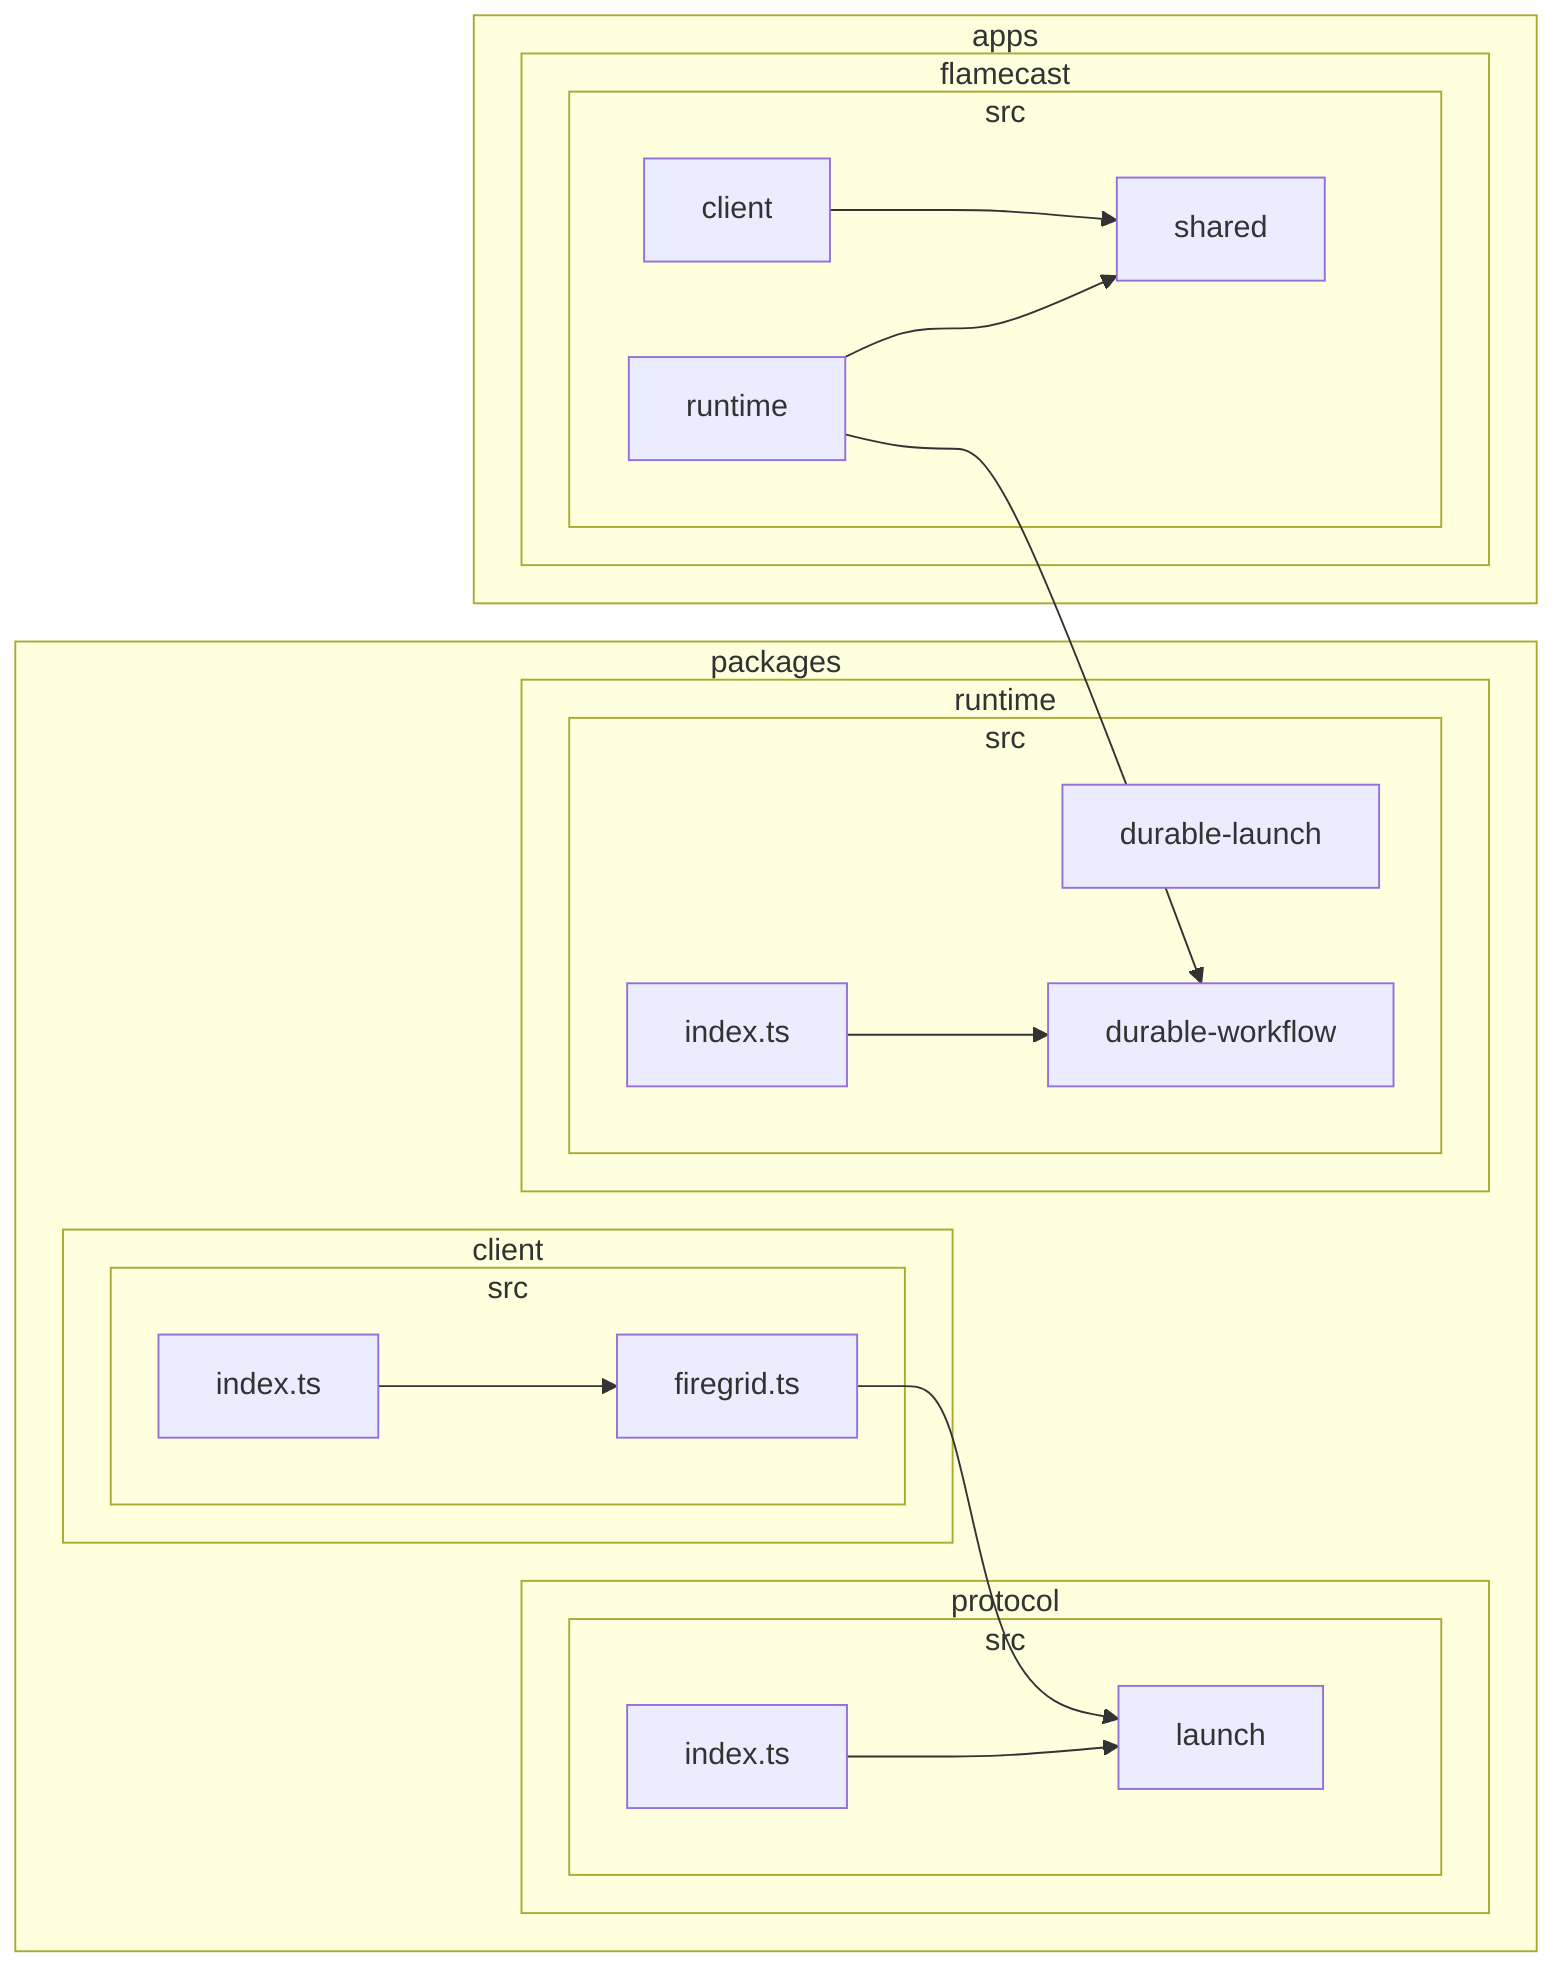
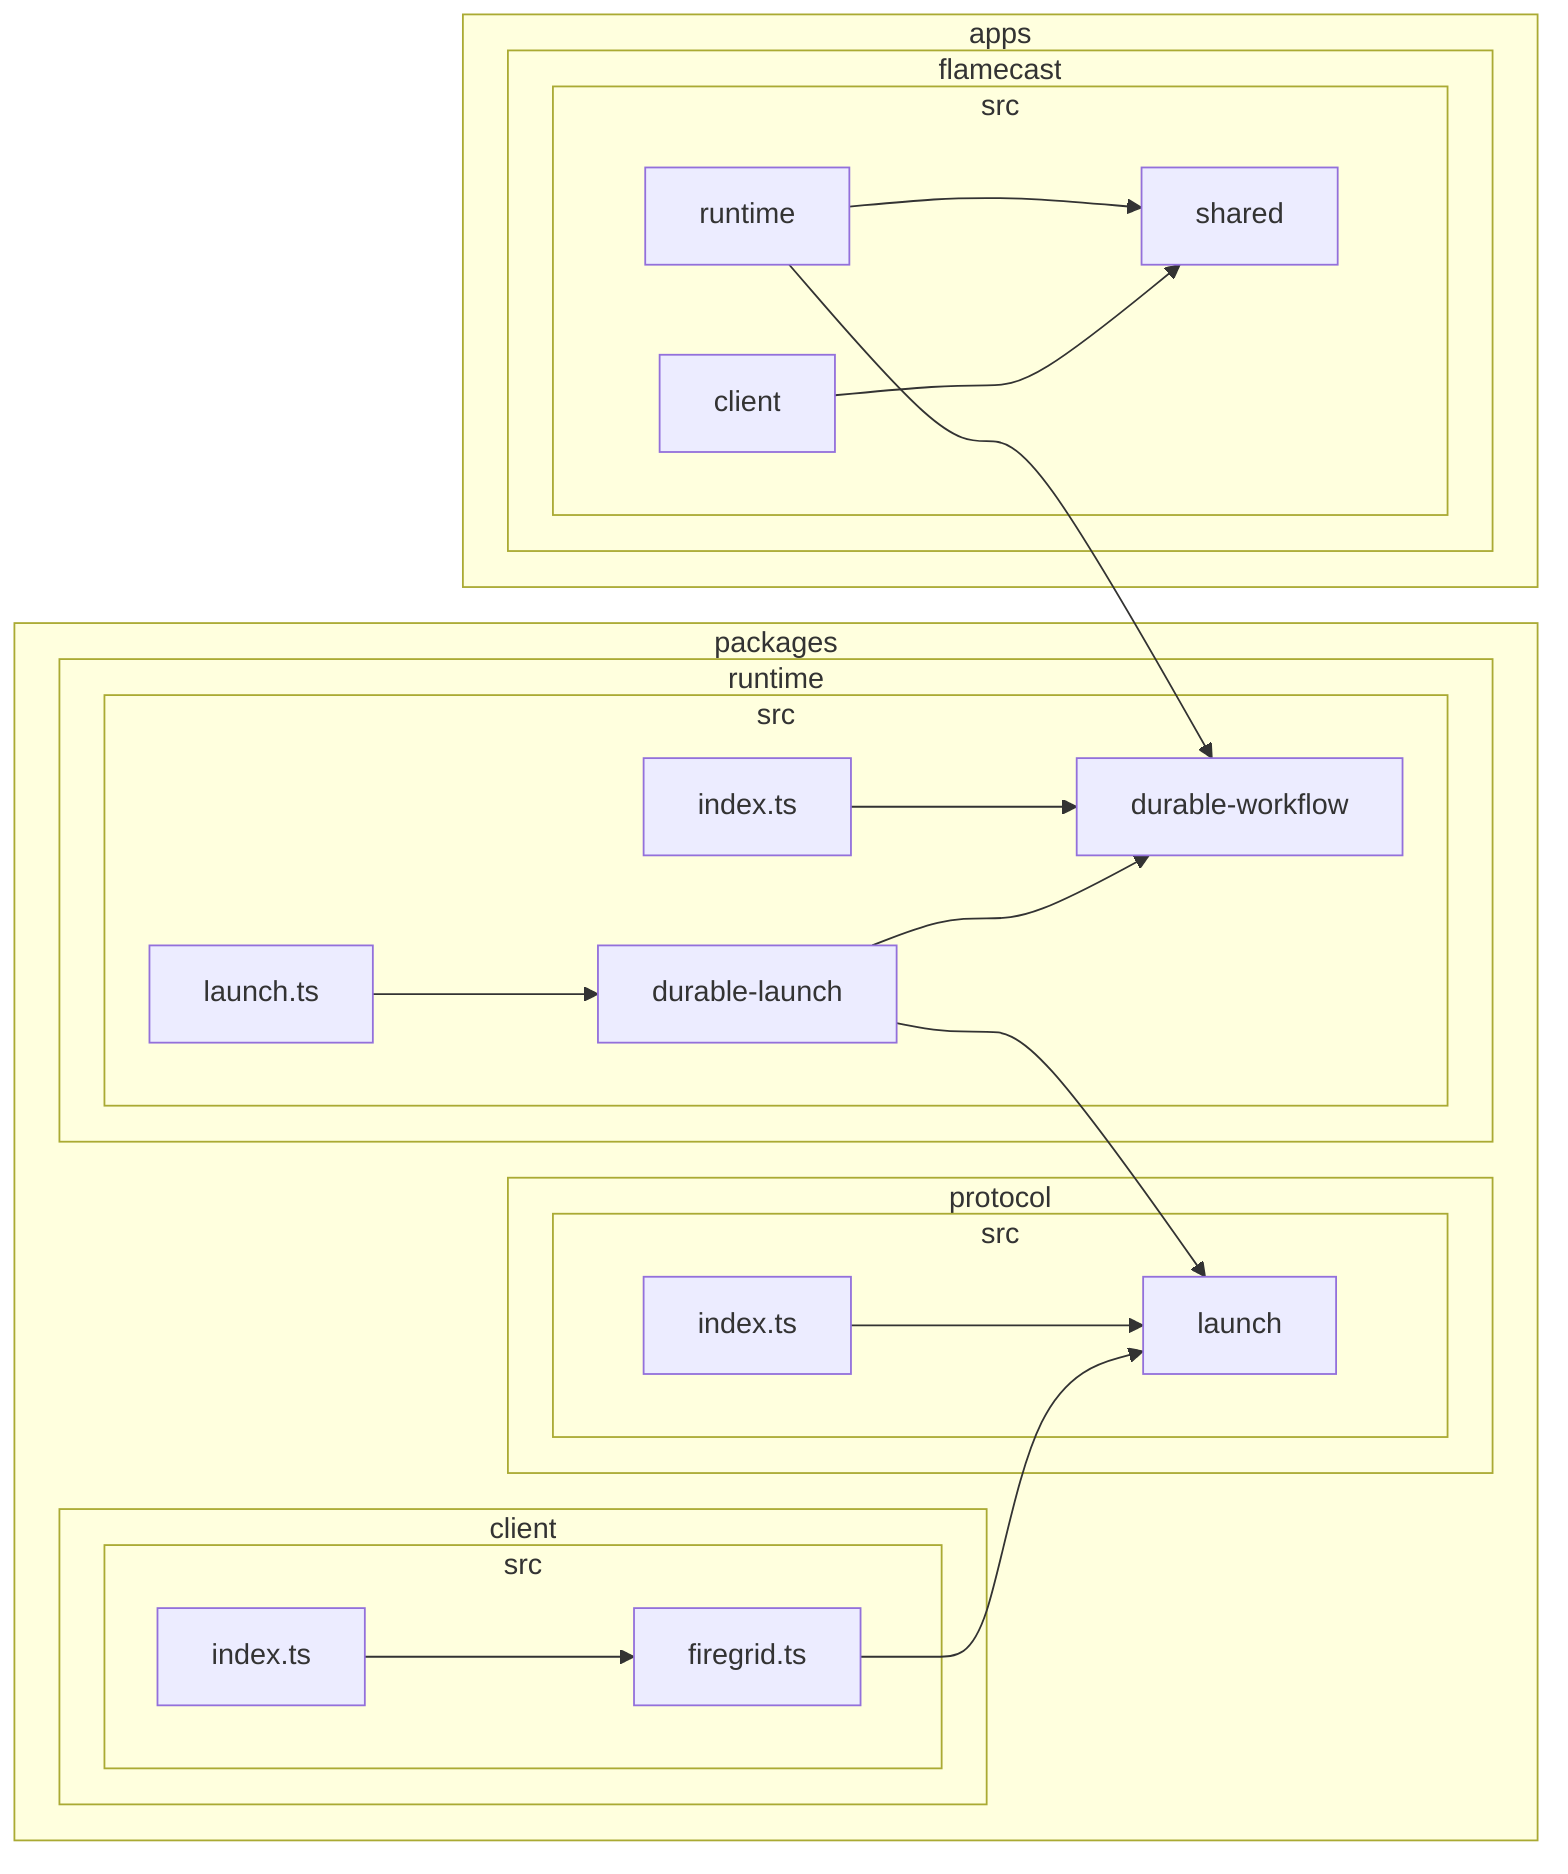
flowchart LR

subgraph 0["apps"]
subgraph 1["flamecast"]
subgraph 2["src"]
3["client"]
4["runtime"]
5["shared"]
end
end
end
subgraph 6["packages"]
subgraph 7["client"]
subgraph 8["src"]
9["firegrid.ts"]
A["index.ts"]
end
end
subgraph B["protocol"]
subgraph C["src"]
D["index.ts"]
E["launch"]
end
end
subgraph F["runtime"]
subgraph G["src"]
H["durable-launch"]
I["durable-workflow"]
J["index.ts"]
+ K["launch.ts"]
end
end
end
3-->5
+ 4-->5
4-->I
- 4-->5
9-->E
A-->9
D-->E
+ H-->I
+ H-->E
J-->I
+ K-->H
